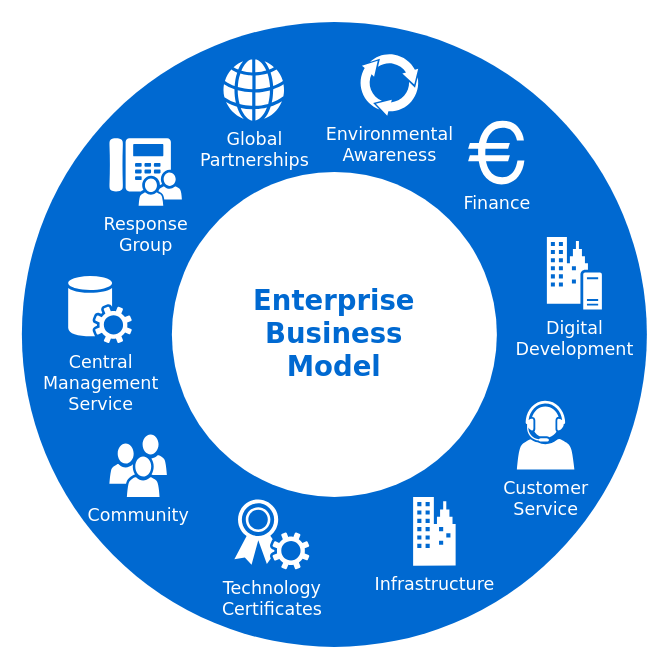
Above: page "Page-1" (1 of 2) of Care Systems.drawio in ednat14/edna (draw.io), before the change. Source tidied: cells renumbered, new cells numbered last; positions are measured from the earlier drawing's top-left corner, leaving out a move shared by most shapes. Both pictures are drawn from the tidied source at 125%, with x=0, y=0 at pixel (21, 21).
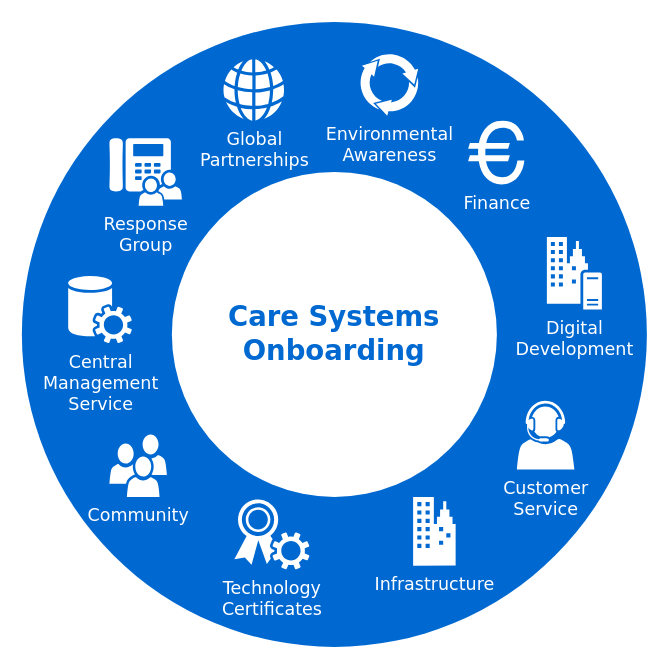
After the change.

Change to the diagram source:
```diff
@@
 <mxGraphModel background="#ffffff">
   <root>
     <mxCell id="0" />
     <mxCell id="1" parent="0" />
     <mxCell id="2" style="ellipse;whiteSpace=wrap;html=1;rounded=0;shadow=0;comic=0;strokeWidth=1;fontFamily=Verdana;fontSize=14;strokeColor=none;fillColor=#0069D1;" parent="1" vertex="1">
       <mxGeometry width="500" height="500" as="geometry" />
     </mxCell>
-    <mxCell id="3" value="Enterprise&lt;div&gt;Business&lt;/div&gt;&lt;div&gt;Model&lt;/div&gt;" style="ellipse;whiteSpace=wrap;html=1;rounded=0;shadow=0;comic=0;strokeWidth=1;fontFamily=Verdana;fontSize=22;strokeColor=none;fillColor=#ffffff;fontColor=#0069D1;fontStyle=1;" parent="1" vertex="1">
+    <mxCell id="3" value="Care Systems Onboarding" style="ellipse;whiteSpace=wrap;html=1;rounded=0;shadow=0;comic=0;strokeWidth=1;fontFamily=Verdana;fontSize=22;strokeColor=none;fillColor=#ffffff;fontColor=#0069D1;fontStyle=1;" parent="1" vertex="1">
       <mxGeometry x="120" y="120" width="260" height="260" as="geometry" />
     </mxCell>
     <mxCell id="4" value="Community" style="shadow=0;dashed=0;html=1;strokeColor=none;fillColor=#ffffff;labelPosition=center;verticalLabelPosition=bottom;verticalAlign=top;shape=mxgraph.office.users.users;rounded=0;comic=0;fontFamily=Verdana;fontSize=14;fontColor=#FFFFFF;" parent="1" vertex="1">
       <mxGeometry x="70" y="330" width="46" height="50" as="geometry" />
     </mxCell>
     <mxCell id="5" value="Customer&lt;div&gt;Service&lt;/div&gt;" style="shadow=0;dashed=0;html=1;strokeColor=none;fillColor=#ffffff;labelPosition=center;verticalLabelPosition=bottom;verticalAlign=top;shape=mxgraph.office.users.call_center_agent;rounded=0;comic=0;fontFamily=Verdana;fontSize=14;fontColor=#FFFFFF;" parent="1" vertex="1">
       <mxGeometry x="396" y="303" width="46" height="55" as="geometry" />
     </mxCell>
     <mxCell id="6" value="Response&lt;div&gt;Group&lt;/div&gt;" style="shadow=0;dashed=0;html=1;strokeColor=none;fillColor=#ffffff;labelPosition=center;verticalLabelPosition=bottom;verticalAlign=top;shape=mxgraph.office.users.response_group;rounded=0;comic=0;fontFamily=Verdana;fontSize=14;fontColor=#FFFFFF;" parent="1" vertex="1">
       <mxGeometry x="70" y="93" width="58" height="54" as="geometry" />
     </mxCell>
     <mxCell id="7" value="Central&lt;div&gt;Management&lt;/div&gt;&lt;div&gt;Service&lt;/div&gt;" style="shadow=0;dashed=0;html=1;strokeColor=none;fillColor=#ffffff;labelPosition=center;verticalLabelPosition=bottom;verticalAlign=top;shape=mxgraph.office.services.central_management_service;rounded=0;comic=0;fontFamily=Verdana;fontSize=14;fontColor=#FFFFFF;" parent="1" vertex="1">
       <mxGeometry x="37" y="203" width="51" height="54" as="geometry" />
     </mxCell>
     <mxCell id="8" value="Digital&lt;div&gt;Development&lt;/div&gt;" style="shadow=0;dashed=0;html=1;strokeColor=none;fillColor=#ffffff;labelPosition=center;verticalLabelPosition=bottom;verticalAlign=top;shape=mxgraph.office.servers.on_premises_server;rounded=0;comic=0;fontFamily=Verdana;fontSize=14;fontColor=#FFFFFF;" parent="1" vertex="1">
       <mxGeometry x="420" y="172" width="44" height="58" as="geometry" />
     </mxCell>
     <mxCell id="9" value="Technology&lt;div&gt;Certificates&lt;/div&gt;" style="shadow=0;dashed=0;html=1;strokeColor=none;fillColor=#ffffff;labelPosition=center;verticalLabelPosition=bottom;verticalAlign=top;shape=mxgraph.office.security.token_service;rounded=0;comic=0;fontFamily=Verdana;fontSize=14;fontColor=#FFFFFF;" parent="1" vertex="1">
       <mxGeometry x="170" y="382" width="60" height="56" as="geometry" />
     </mxCell>
     <mxCell id="10" value="Infrastructure" style="shadow=0;dashed=0;html=1;strokeColor=none;fillColor=#ffffff;labelPosition=center;verticalLabelPosition=bottom;verticalAlign=top;shape=mxgraph.office.concepts.on_premises;rounded=0;comic=0;fontFamily=Verdana;fontSize=14;fontColor=#FFFFFF;" parent="1" vertex="1">
       <mxGeometry x="313" y="380" width="34" height="55" as="geometry" />
     </mxCell>
     <mxCell id="11" value="Global&lt;div&gt;Partnerships&lt;/div&gt;" style="shadow=0;dashed=0;html=1;strokeColor=none;fillColor=#ffffff;labelPosition=center;verticalLabelPosition=bottom;verticalAlign=top;shape=mxgraph.office.concepts.globe_internet;rounded=0;comic=0;fontFamily=Verdana;fontSize=14;fontColor=#FFFFFF;" parent="1" vertex="1">
       <mxGeometry x="161" y="30" width="49" height="49" as="geometry" />
     </mxCell>
     <mxCell id="12" value="Environmental&lt;div&gt;Awareness&lt;/div&gt;" style="shadow=0;dashed=0;html=1;strokeColor=none;shape=mxgraph.mscae.general.continuous_cycle;fillColor=#ffffff;rounded=0;comic=0;fontFamily=Verdana;fontSize=14;fontColor=#FFFFFF;verticalAlign=top;labelPosition=center;verticalLabelPosition=bottom;align=center;" parent="1" vertex="1">
       <mxGeometry x="270" y="25" width="48" height="50" as="geometry" />
     </mxCell>
     <mxCell id="13" value="Finance" style="shape=mxgraph.signs.travel.euro;html=1;fillColor=#ffffff;strokeColor=none;verticalLabelPosition=bottom;verticalAlign=top;align=center;rounded=0;shadow=0;dashed=0;comic=0;fontFamily=Verdana;fontSize=14;fontColor=#FFFFFF;" parent="1" vertex="1">
       <mxGeometry x="357" y="79" width="45" height="51" as="geometry" />
     </mxCell>
   </root>
 </mxGraphModel>
```
